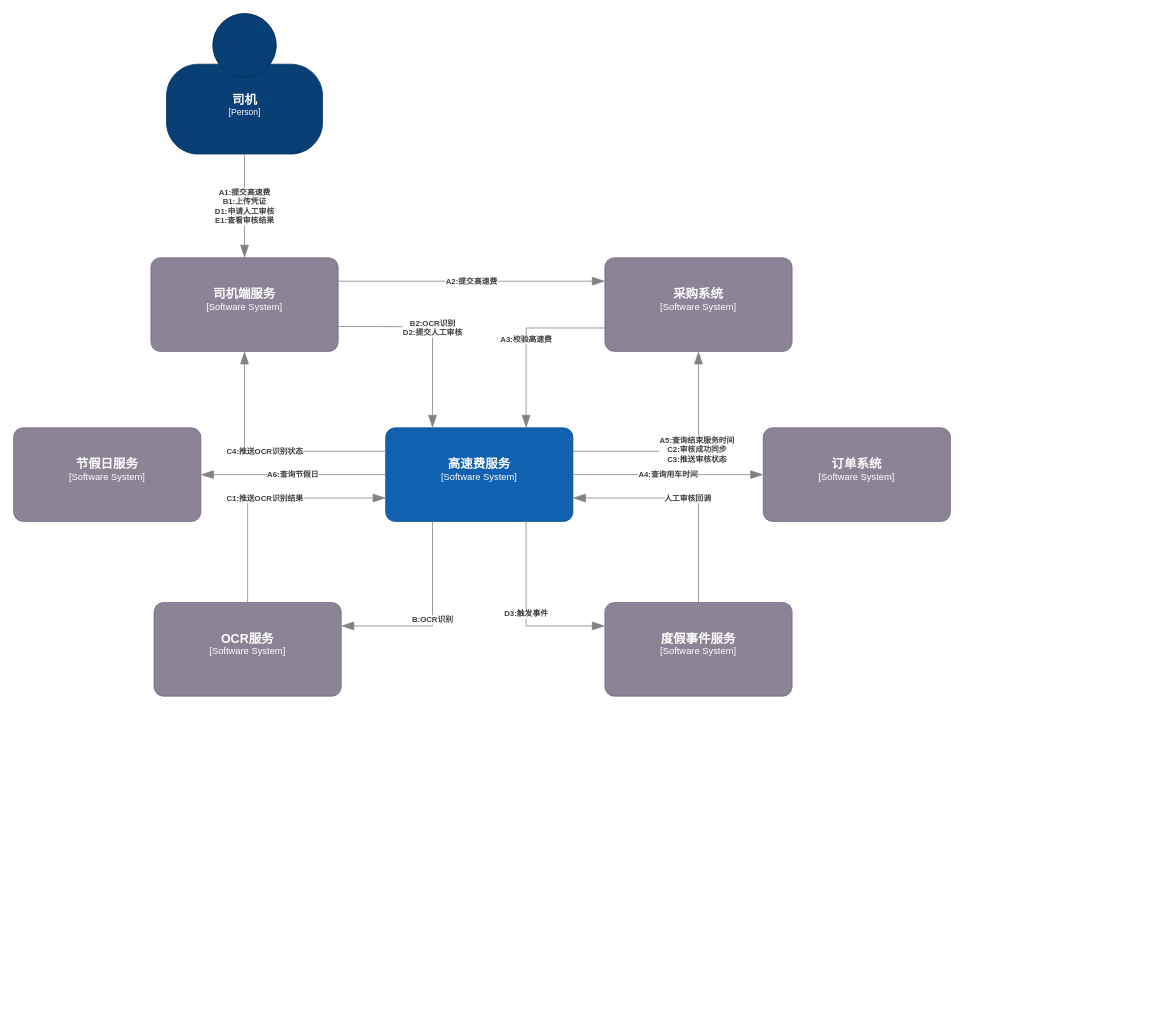
Above: page "高速费-容器图" (4 of 5) of 地图服务-现状.drawio in miareko/c4-diagram (draw.io), before the change. Source tidied: cells renumbered, new cells numbered last; positions are measured from the earlier drawing's top-left corner, leaving out a move shared by most shapes. Both pictures are drawn from the tidied source at 78%, with x=0, y=0 at pixel (13, 13).
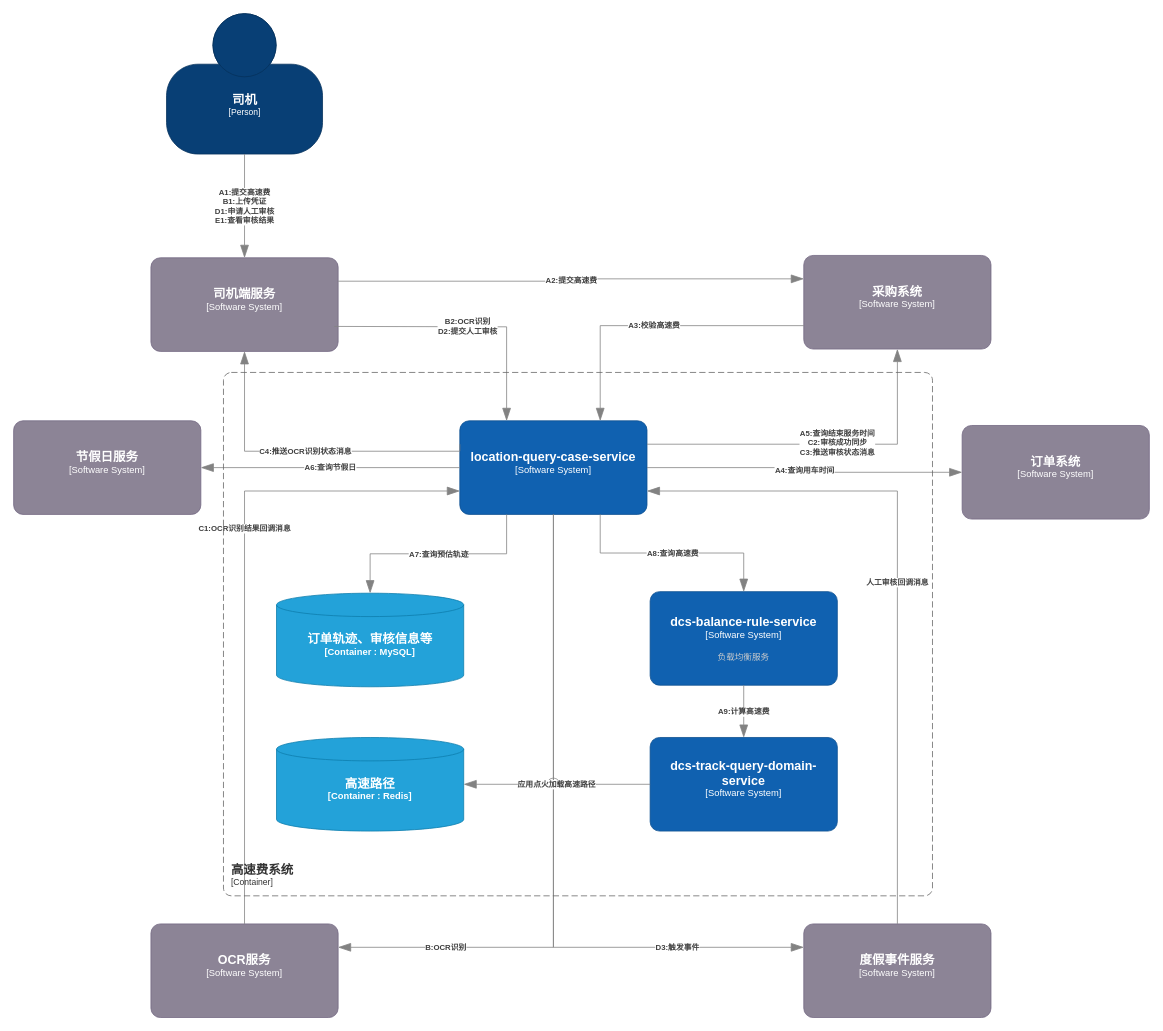
The same diagram, later.

The change refers to these unchanged cells:
```xml
<object id="4" label="&lt;font style=&quot;font-size: 16px&quot;&gt;&lt;b&gt;%c4Name%&lt;/b&gt;&lt;/font&gt;&lt;div&gt;[%c4Type%]&lt;/div&gt;&lt;br&gt;&lt;div&gt;&lt;font style=&quot;font-size: 11px&quot;&gt;&lt;font color=&quot;#cccccc&quot;&gt;%c4Description%&lt;/font&gt;&lt;/div&gt;" c4Description="" c4Name="司机端服务" c4Type="Software System" placeholders="1">
  <mxCell style="rounded=1;whiteSpace=wrap;html=1;labelBackgroundColor=none;fillColor=#8C8496;fontColor=#ffffff;align=center;arcSize=10;strokeColor=#736782;points=[[0.25,0,0],[0.5,0,0],[0.75,0,0],[1,0.25,0],[1,0.5,0],[1,0.75,0],[0.75,1,0],[0.5,1,0],[0.25,1,0],[0,0.75,0],[0,0.5,0],[0,0.25,0]];" parent="1" vertex="1">
    <mxGeometry x="176" y="313" width="240" height="120" as="geometry" />
  </mxCell>
</object>
```

What changed in the source:
```diff
@@
-    <object id="3" label="&lt;font style=&quot;font-size: 16px&quot;&gt;&lt;b&gt;%c4Name%&lt;/b&gt;&lt;/font&gt;&lt;div&gt;[%c4Type%]&lt;/div&gt;&lt;br&gt;&lt;div&gt;&lt;font style=&quot;font-size: 11px&quot;&gt;&lt;font color=&quot;#cccccc&quot;&gt;%c4Description%&lt;/font&gt;&lt;/div&gt;" c4Description="" c4Name="高速费服务" c4Type="Software System" placeholders="1">
+    <object id="3" label="&lt;font style=&quot;font-size: 16px&quot;&gt;&lt;b&gt;%c4Name%&lt;/b&gt;&lt;/font&gt;&lt;div&gt;[%c4Type%]&lt;/div&gt;&lt;br&gt;&lt;div&gt;&lt;font style=&quot;font-size: 11px&quot;&gt;&lt;font color=&quot;#cccccc&quot;&gt;%c4Description%&lt;/font&gt;&lt;/div&gt;" c4Description="" c4Name="location-query-case-service" c4Type="Software System" placeholders="1">
       <mxCell style="rounded=1;whiteSpace=wrap;html=1;labelBackgroundColor=none;fillColor=#1061B0;fontColor=#ffffff;align=center;arcSize=10;strokeColor=#0D5091;points=[[0.25,0,0],[0.5,0,0],[0.75,0,0],[1,0.25,0],[1,0.5,0],[1,0.75,0],[0.75,1,0],[0.5,1,0],[0.25,1,0],[0,0.75,0],[0,0.5,0],[0,0.25,0]];" parent="1" vertex="1">
-        <mxGeometry x="477" y="531" width="240" height="120" as="geometry" />
+        <mxGeometry x="572" y="522" width="240" height="120" as="geometry" />
       </mxCell>
     </object>
@@
     <object id="5" label="&lt;font style=&quot;font-size: 16px&quot;&gt;&lt;b&gt;%c4Name%&lt;/b&gt;&lt;/font&gt;&lt;div&gt;[%c4Type%]&lt;/div&gt;&lt;br&gt;&lt;div&gt;&lt;font style=&quot;font-size: 11px&quot;&gt;&lt;font color=&quot;#cccccc&quot;&gt;%c4Description%&lt;/font&gt;&lt;/div&gt;" c4Description="" c4Name="采购系统" c4Type="Software System" placeholders="1">
       <mxCell style="rounded=1;whiteSpace=wrap;html=1;labelBackgroundColor=none;fillColor=#8C8496;fontColor=#ffffff;align=center;arcSize=10;strokeColor=#736782;points=[[0.25,0,0],[0.5,0,0],[0.75,0,0],[1,0.25,0],[1,0.5,0],[1,0.75,0],[0.75,1,0],[0.5,1,0],[0.25,1,0],[0,0.75,0],[0,0.5,0],[0,0.25,0]];" parent="1" vertex="1">
-        <mxGeometry x="758" y="313" width="240" height="120" as="geometry" />
+        <mxGeometry x="1013" y="310" width="240" height="120" as="geometry" />
       </mxCell>
     </object>
     <object id="6" label="&lt;font style=&quot;font-size: 16px&quot;&gt;&lt;b&gt;%c4Name%&lt;/b&gt;&lt;/font&gt;&lt;div&gt;[%c4Type%]&lt;/div&gt;&lt;br&gt;&lt;div&gt;&lt;font style=&quot;font-size: 11px&quot;&gt;&lt;font color=&quot;#cccccc&quot;&gt;%c4Description%&lt;/font&gt;&lt;/div&gt;" c4Description="" c4Name="OCR服务" c4Type="Software System" placeholders="1">
       <mxCell style="rounded=1;whiteSpace=wrap;html=1;labelBackgroundColor=none;fillColor=#8C8496;fontColor=#ffffff;align=center;arcSize=10;strokeColor=#736782;points=[[0.25,0,0],[0.5,0,0],[0.75,0,0],[1,0.25,0],[1,0.5,0],[1,0.75,0],[0.75,1,0],[0.5,1,0],[0.25,1,0],[0,0.75,0],[0,0.5,0],[0,0.25,0]];" parent="1" vertex="1">
-        <mxGeometry x="180" y="755" width="240" height="120" as="geometry" />
+        <mxGeometry x="176" y="1167" width="240" height="120" as="geometry" />
       </mxCell>
     </object>
@@
     <object id="10" label="&lt;div style=&quot;text-align: left&quot;&gt;&lt;div style=&quot;text-align: center&quot;&gt;&lt;b&gt;%c4Description%&lt;/b&gt;&lt;/div&gt;" c4Description="B:OCR识别" placeholders="1">
-      <mxCell style="endArrow=blockThin;html=1;fontSize=10;fontColor=#404040;strokeWidth=1;endFill=1;strokeColor=#828282;elbow=vertical;endSize=14;startSize=14;jumpStyle=arc;jumpSize=16;rounded=0;edgeStyle=orthogonalEdgeStyle;exitX=0.25;exitY=1;exitDx=0;exitDy=0;exitPerimeter=0;entryX=1;entryY=0.25;entryDx=0;entryDy=0;entryPerimeter=0;" parent="1" edge="1" source="3" target="6">
-        <mxGeometry relative="1" as="geometry" />
+      <mxCell style="endArrow=blockThin;html=1;fontSize=10;fontColor=#404040;strokeWidth=1;endFill=1;strokeColor=#828282;elbow=vertical;endSize=14;startSize=14;jumpStyle=arc;jumpSize=16;rounded=0;edgeStyle=orthogonalEdgeStyle;exitX=0.5;exitY=1;exitDx=0;exitDy=0;exitPerimeter=0;entryX=1;entryY=0.25;entryDx=0;entryDy=0;entryPerimeter=0;" parent="1" edge="1" source="3" target="6">
+        <mxGeometry x="0.67" relative="1" as="geometry">
+          <mxPoint x="1" as="offset" />
+        </mxGeometry>
       </mxCell>
     </object>
-    <object id="11" label="&lt;div style=&quot;text-align: left&quot;&gt;&lt;div style=&quot;text-align: center&quot;&gt;&lt;b&gt;%c4Description%&lt;/b&gt;&lt;/div&gt;" c4Description="A5:查询结束服务时间&#10;C2:审核成功同步&#10;C3:推送审核状态" placeholders="1">
+    <object id="11" label="&lt;div style=&quot;text-align: left&quot;&gt;&lt;div style=&quot;text-align: center&quot;&gt;&lt;b&gt;%c4Description%&lt;/b&gt;&lt;/div&gt;" c4Description="A5:查询结束服务时间&#10;C2:审核成功同步&#10;C3:推送审核状态消息" placeholders="1">
       <mxCell style="endArrow=blockThin;html=1;fontSize=10;fontColor=#404040;strokeWidth=1;endFill=1;strokeColor=#828282;elbow=vertical;endSize=14;startSize=14;jumpStyle=arc;jumpSize=16;rounded=0;edgeStyle=orthogonalEdgeStyle;exitX=1;exitY=0.25;exitDx=0;exitDy=0;exitPerimeter=0;" parent="1" edge="1" source="3" target="5">
         <mxGeometry x="0.1" y="2" relative="1" as="geometry" />
       </mxCell>
     </object>
-    <object id="12" label="&lt;div style=&quot;text-align: left&quot;&gt;&lt;div style=&quot;text-align: center&quot;&gt;&lt;b&gt;%c4Description%&lt;/b&gt;&lt;/div&gt;" c4Description="C1:推送OCR识别结果" placeholders="1">
+    <object id="12" label="&lt;div style=&quot;text-align: left&quot;&gt;&lt;div style=&quot;text-align: center&quot;&gt;&lt;b&gt;%c4Description%&lt;/b&gt;&lt;/div&gt;" c4Description="C1:OCR识别结果回调消息" placeholders="1">
       <mxCell style="endArrow=blockThin;html=1;fontSize=10;fontColor=#404040;strokeWidth=1;endFill=1;strokeColor=#828282;elbow=vertical;endSize=14;startSize=14;jumpStyle=arc;jumpSize=16;rounded=0;edgeStyle=orthogonalEdgeStyle;exitX=0.5;exitY=0;exitDx=0;exitDy=0;exitPerimeter=0;entryX=0;entryY=0.75;entryDx=0;entryDy=0;entryPerimeter=0;" parent="1" edge="1" source="6" target="3">
-        <mxGeometry relative="1" as="geometry" />
+        <mxGeometry x="0.22" relative="1" as="geometry" />
       </mxCell>
     </object>
-    <object id="13" label="&lt;div style=&quot;text-align: left&quot;&gt;&lt;div style=&quot;text-align: center&quot;&gt;&lt;b&gt;%c4Description%&lt;/b&gt;&lt;/div&gt;" c4Description="C4:推送OCR识别状态" placeholders="1">
+    <object id="13" label="&lt;div style=&quot;text-align: left&quot;&gt;&lt;div style=&quot;text-align: center&quot;&gt;&lt;b&gt;%c4Description%&lt;/b&gt;&lt;/div&gt;" c4Description="C4:推送OCR识别状态消息" placeholders="1">
       <mxCell style="endArrow=blockThin;html=1;fontSize=10;fontColor=#404040;strokeWidth=1;endFill=1;strokeColor=#828282;elbow=vertical;endSize=14;startSize=14;jumpStyle=arc;jumpSize=16;rounded=0;edgeStyle=orthogonalEdgeStyle;exitX=0;exitY=0.25;exitDx=0;exitDy=0;exitPerimeter=0;entryX=0.5;entryY=1;entryDx=0;entryDy=0;entryPerimeter=0;" parent="1" edge="1" source="3" target="4">
         <mxGeometry relative="1" as="geometry">
           <Array as="points">
             <mxPoint x="296" y="561" />
           </Array>
         </mxGeometry>
       </mxCell>
     </object>
@@
     <object id="15" label="&lt;font style=&quot;font-size: 16px&quot;&gt;&lt;b&gt;%c4Name%&lt;/b&gt;&lt;/font&gt;&lt;div&gt;[%c4Type%]&lt;/div&gt;&lt;br&gt;&lt;div&gt;&lt;font style=&quot;font-size: 11px&quot;&gt;&lt;font color=&quot;#cccccc&quot;&gt;%c4Description%&lt;/font&gt;&lt;/div&gt;" c4Description="" c4Name="度假事件服务" c4Type="Software System" placeholders="1">
       <mxCell style="rounded=1;whiteSpace=wrap;html=1;labelBackgroundColor=none;fillColor=#8C8496;fontColor=#ffffff;align=center;arcSize=10;strokeColor=#736782;points=[[0.25,0,0],[0.5,0,0],[0.75,0,0],[1,0.25,0],[1,0.5,0],[1,0.75,0],[0.75,1,0],[0.5,1,0],[0.25,1,0],[0,0.75,0],[0,0.5,0],[0,0.25,0]];" parent="1" vertex="1">
-        <mxGeometry x="758" y="755" width="240" height="120" as="geometry" />
+        <mxGeometry x="1013" y="1167" width="240" height="120" as="geometry" />
       </mxCell>
     </object>
     <object id="16" label="&lt;div style=&quot;text-align: left&quot;&gt;&lt;div style=&quot;text-align: center&quot;&gt;&lt;b&gt;%c4Description%&lt;/b&gt;&lt;/div&gt;" c4Description="D3:触发事件" placeholders="1">
-      <mxCell style="endArrow=blockThin;html=1;fontSize=10;fontColor=#404040;strokeWidth=1;endFill=1;strokeColor=#828282;elbow=vertical;endSize=14;startSize=14;jumpStyle=arc;jumpSize=16;rounded=0;edgeStyle=orthogonalEdgeStyle;exitX=0.75;exitY=1;exitDx=0;exitDy=0;exitPerimeter=0;entryX=0;entryY=0.25;entryDx=0;entryDy=0;entryPerimeter=0;" parent="1" edge="1" source="3" target="15">
-        <mxGeometry relative="1" as="geometry" />
+      <mxCell style="endArrow=blockThin;html=1;fontSize=10;fontColor=#404040;strokeWidth=1;endFill=1;strokeColor=#828282;elbow=vertical;endSize=14;startSize=14;jumpStyle=arc;jumpSize=16;rounded=0;edgeStyle=orthogonalEdgeStyle;exitX=0.5;exitY=1;exitDx=0;exitDy=0;exitPerimeter=0;entryX=0;entryY=0.25;entryDx=0;entryDy=0;entryPerimeter=0;" parent="1" edge="1" source="3" target="15">
+        <mxGeometry x="0.63" relative="1" as="geometry" />
       </mxCell>
     </object>
-    <object id="17" label="&lt;div style=&quot;text-align: left&quot;&gt;&lt;div style=&quot;text-align: center&quot;&gt;&lt;b&gt;%c4Description%&lt;/b&gt;&lt;/div&gt;" c4Description="人工审核回调" placeholders="1">
+    <object id="17" label="&lt;div style=&quot;text-align: left&quot;&gt;&lt;div style=&quot;text-align: center&quot;&gt;&lt;b&gt;%c4Description%&lt;/b&gt;&lt;/div&gt;" c4Description="人工审核回调消息" placeholders="1">
       <mxCell style="endArrow=blockThin;html=1;fontSize=10;fontColor=#404040;strokeWidth=1;endFill=1;strokeColor=#828282;elbow=vertical;endSize=14;startSize=14;jumpStyle=arc;jumpSize=16;rounded=0;edgeStyle=orthogonalEdgeStyle;exitX=0.5;exitY=0;exitDx=0;exitDy=0;exitPerimeter=0;entryX=1;entryY=0.75;entryDx=0;entryDy=0;entryPerimeter=0;" parent="1" edge="1" source="15" target="3">
         <mxGeometry relative="1" as="geometry" />
       </mxCell>
     </object>
     <object id="18" label="&lt;font style=&quot;font-size: 16px&quot;&gt;&lt;b&gt;%c4Name%&lt;/b&gt;&lt;/font&gt;&lt;div&gt;[%c4Type%]&lt;/div&gt;&lt;br&gt;&lt;div&gt;&lt;font style=&quot;font-size: 11px&quot;&gt;&lt;font color=&quot;#cccccc&quot;&gt;%c4Description%&lt;/font&gt;&lt;/div&gt;" c4Description="" c4Name="订单系统" c4Type="Software System" placeholders="1">
       <mxCell style="rounded=1;whiteSpace=wrap;html=1;labelBackgroundColor=none;fillColor=#8C8496;fontColor=#ffffff;align=center;arcSize=10;strokeColor=#736782;points=[[0.25,0,0],[0.5,0,0],[0.75,0,0],[1,0.25,0],[1,0.5,0],[1,0.75,0],[0.75,1,0],[0.5,1,0],[0.25,1,0],[0,0.75,0],[0,0.5,0],[0,0.25,0]];" parent="1" vertex="1">
-        <mxGeometry x="961" y="531" width="240" height="120" as="geometry" />
+        <mxGeometry x="1216" y="528" width="240" height="120" as="geometry" />
       </mxCell>
     </object>
@@
     <object id="20" label="&lt;font style=&quot;font-size: 16px&quot;&gt;&lt;b&gt;%c4Name%&lt;/b&gt;&lt;/font&gt;&lt;div&gt;[%c4Type%]&lt;/div&gt;&lt;br&gt;&lt;div&gt;&lt;font style=&quot;font-size: 11px&quot;&gt;&lt;font color=&quot;#cccccc&quot;&gt;%c4Description%&lt;/font&gt;&lt;/div&gt;" c4Description="" c4Name="节假日服务" c4Type="Software System" placeholders="1">
       <mxCell style="rounded=1;whiteSpace=wrap;html=1;labelBackgroundColor=none;fillColor=#8C8496;fontColor=#ffffff;align=center;arcSize=10;strokeColor=#736782;points=[[0.25,0,0],[0.5,0,0],[0.75,0,0],[1,0.25,0],[1,0.5,0],[1,0.75,0],[0.75,1,0],[0.5,1,0],[0.25,1,0],[0,0.75,0],[0,0.5,0],[0,0.25,0]];" parent="1" vertex="1">
-        <mxGeometry y="531" width="240" height="120" as="geometry" />
+        <mxGeometry y="522" width="240" height="120" as="geometry" />
       </mxCell>
     </object>
@@
+    <object id="22" label="&lt;font style=&quot;font-size: 16px&quot;&gt;&lt;b&gt;%c4Name%&lt;/b&gt;&lt;/font&gt;&lt;div&gt;[%c4Type%]&lt;/div&gt;&lt;br&gt;&lt;div&gt;&lt;font style=&quot;font-size: 11px&quot;&gt;&lt;font color=&quot;#cccccc&quot;&gt;%c4Description%&lt;/font&gt;&lt;/div&gt;" c4Description="负载均衡服务" c4Name="dcs-balance-rule-service" c4Type="Software System" placeholders="1">
+      <mxCell style="rounded=1;whiteSpace=wrap;html=1;labelBackgroundColor=none;fillColor=#1061B0;fontColor=#ffffff;align=center;arcSize=10;strokeColor=#0D5091;points=[[0.25,0,0],[0.5,0,0],[0.75,0,0],[1,0.25,0],[1,0.5,0],[1,0.75,0],[0.75,1,0],[0.5,1,0],[0.25,1,0],[0,0.75,0],[0,0.5,0],[0,0.25,0]];" parent="1" vertex="1">
+        <mxGeometry x="816" y="741" width="240" height="120" as="geometry" />
+      </mxCell>
+    </object>
+    <object id="23" label="&lt;font style=&quot;font-size: 16px&quot;&gt;&lt;b&gt;%c4Name%&lt;/b&gt;&lt;/font&gt;&lt;div&gt;[%c4Type%]&lt;/div&gt;&lt;br&gt;&lt;div&gt;&lt;font style=&quot;font-size: 11px&quot;&gt;&lt;font color=&quot;#cccccc&quot;&gt;%c4Description%&lt;/font&gt;&lt;/div&gt;" c4Description="" c4Name="dcs-track-query-domain-service" c4Type="Software System" placeholders="1">
+      <mxCell style="rounded=1;whiteSpace=wrap;html=1;labelBackgroundColor=none;fillColor=#1061B0;fontColor=#ffffff;align=center;arcSize=10;strokeColor=#0D5091;points=[[0.25,0,0],[0.5,0,0],[0.75,0,0],[1,0.25,0],[1,0.5,0],[1,0.75,0],[0.75,1,0],[0.5,1,0],[0.25,1,0],[0,0.75,0],[0,0.5,0],[0,0.25,0]];" parent="1" vertex="1">
+        <mxGeometry x="816" y="928" width="240" height="120" as="geometry" />
+      </mxCell>
+    </object>
+    <object id="24" label="&lt;div style=&quot;text-align: left&quot;&gt;&lt;div style=&quot;text-align: center&quot;&gt;&lt;b&gt;%c4Description%&lt;/b&gt;&lt;/div&gt;" c4Description="A8:查询高速费" placeholders="1">
+      <mxCell style="endArrow=blockThin;html=1;fontSize=10;fontColor=#404040;strokeWidth=1;endFill=1;strokeColor=#828282;elbow=vertical;endSize=14;startSize=14;jumpStyle=arc;jumpSize=16;rounded=0;edgeStyle=orthogonalEdgeStyle;exitX=0.75;exitY=1;exitDx=0;exitDy=0;exitPerimeter=0;" parent="1" edge="1" source="3" target="22">
+        <mxGeometry relative="1" as="geometry" />
+      </mxCell>
+    </object>
+    <object id="25" label="&lt;div style=&quot;text-align: left&quot;&gt;&lt;div style=&quot;text-align: center&quot;&gt;&lt;b&gt;%c4Description%&lt;/b&gt;&lt;/div&gt;" c4Description="A9:计算高速费" placeholders="1">
+      <mxCell style="endArrow=blockThin;html=1;fontSize=10;fontColor=#404040;strokeWidth=1;endFill=1;strokeColor=#828282;elbow=vertical;endSize=14;startSize=14;jumpStyle=arc;jumpSize=16;rounded=0;edgeStyle=orthogonalEdgeStyle;exitX=0.5;exitY=1;exitDx=0;exitDy=0;exitPerimeter=0;" parent="1" edge="1" source="22" target="23">
+        <mxGeometry relative="1" as="geometry" />
+      </mxCell>
+    </object>
+    <object id="26" label="&lt;font style=&quot;font-size: 16px&quot;&gt;&lt;b&gt;%c4Type%&lt;/font&gt;&lt;div&gt;[%c4Container%:&amp;nbsp;%c4Technology%]&lt;/div&gt;&lt;br&gt;&lt;div&gt;&lt;font style=&quot;font-size: 11px&quot;&gt;&lt;font color=&quot;#E6E6E6&quot;&gt;%c4Description%&lt;/font&gt;&lt;/div&gt;" c4Container="Container " c4Description="" c4Technology="MySQL" c4Type="订单轨迹、审核信息等" placeholders="1">
+      <mxCell style="shape=cylinder3;size=15;whiteSpace=wrap;html=1;boundedLbl=1;rounded=0;labelBackgroundColor=none;fillColor=#23A2D9;fontSize=12;fontColor=#ffffff;align=center;strokeColor=#0E7DAD;points=[[0.5,0,0],[1,0.25,0],[1,0.5,0],[1,0.75,0],[0.5,1,0],[0,0.75,0],[0,0.5,0],[0,0.25,0]];" parent="1" vertex="1">
+        <mxGeometry x="337" y="743" width="240" height="120" as="geometry" />
+      </mxCell>
+    </object>
+    <object id="27" label="&lt;div style=&quot;text-align: left&quot;&gt;&lt;div style=&quot;text-align: center&quot;&gt;&lt;b&gt;%c4Description%&lt;/b&gt;&lt;/div&gt;" c4Description="A7:查询预估轨迹" placeholders="1">
+      <mxCell style="endArrow=blockThin;html=1;fontSize=10;fontColor=#404040;strokeWidth=1;endFill=1;strokeColor=#828282;elbow=vertical;endSize=14;startSize=14;jumpStyle=arc;jumpSize=16;rounded=0;edgeStyle=orthogonalEdgeStyle;exitX=0.25;exitY=1;exitDx=0;exitDy=0;exitPerimeter=0;" parent="1" edge="1" source="3" target="26">
+        <mxGeometry relative="1" as="geometry" />
+      </mxCell>
+    </object>
+    <object id="28" label="&lt;font style=&quot;font-size: 16px&quot;&gt;&lt;b&gt;%c4Type%&lt;/font&gt;&lt;div&gt;[%c4Container%:&amp;nbsp;%c4Technology%]&lt;/div&gt;&lt;br&gt;&lt;div&gt;&lt;font style=&quot;font-size: 11px&quot;&gt;&lt;font color=&quot;#E6E6E6&quot;&gt;%c4Description%&lt;/font&gt;&lt;/div&gt;" c4Container="Container " c4Description="" c4Technology="Redis" c4Type="高速路径" placeholders="1">
+      <mxCell style="shape=cylinder3;size=15;whiteSpace=wrap;html=1;boundedLbl=1;rounded=0;labelBackgroundColor=none;fillColor=#23A2D9;fontSize=12;fontColor=#ffffff;align=center;strokeColor=#0E7DAD;points=[[0.5,0,0],[1,0.25,0],[1,0.5,0],[1,0.75,0],[0.5,1,0],[0,0.75,0],[0,0.5,0],[0,0.25,0]];" parent="1" vertex="1">
+        <mxGeometry x="337" y="928" width="240" height="120" as="geometry" />
+      </mxCell>
+    </object>
+    <object id="29" label="&lt;div style=&quot;text-align: left&quot;&gt;&lt;div style=&quot;text-align: center&quot;&gt;&lt;b&gt;%c4Description%&lt;/b&gt;&lt;/div&gt;" c4Description="应用点火加载高速路径" placeholders="1">
+      <mxCell style="endArrow=blockThin;html=1;fontSize=10;fontColor=#404040;strokeWidth=1;endFill=1;strokeColor=#828282;elbow=vertical;endSize=14;startSize=14;jumpStyle=arc;jumpSize=16;rounded=0;edgeStyle=orthogonalEdgeStyle;exitX=0;exitY=0.5;exitDx=0;exitDy=0;exitPerimeter=0;entryX=1;entryY=0.5;entryDx=0;entryDy=0;entryPerimeter=0;" parent="1" edge="1" source="23" target="28">
+        <mxGeometry relative="1" as="geometry" />
+      </mxCell>
+    </object>
+    <object id="30" label="&lt;font style=&quot;font-size: 16px&quot;&gt;&lt;b&gt;&lt;div style=&quot;text-align: left&quot;&gt;%c4Name%&lt;/div&gt;&lt;/b&gt;&lt;/font&gt;&lt;div style=&quot;text-align: left&quot;&gt;[%c4Application%]&lt;/div&gt;" c4Application="Container" c4Name="高速费系统" placeholders="1">
+      <mxCell style="rounded=1;fontSize=11;whiteSpace=wrap;html=1;dashed=1;arcSize=20;fillColor=none;strokeColor=#666666;fontColor=#333333;labelBackgroundColor=none;align=left;verticalAlign=bottom;labelBorderColor=none;spacingTop=0;spacing=10;dashPattern=8 4;perimeter=rectanglePerimeter;noLabel=0;labelPadding=0;absoluteArcSize=1;" parent="1" vertex="1">
+        <mxGeometry x="269" y="460" width="909" height="671" as="geometry" />
+      </mxCell>
+    </object>
```
